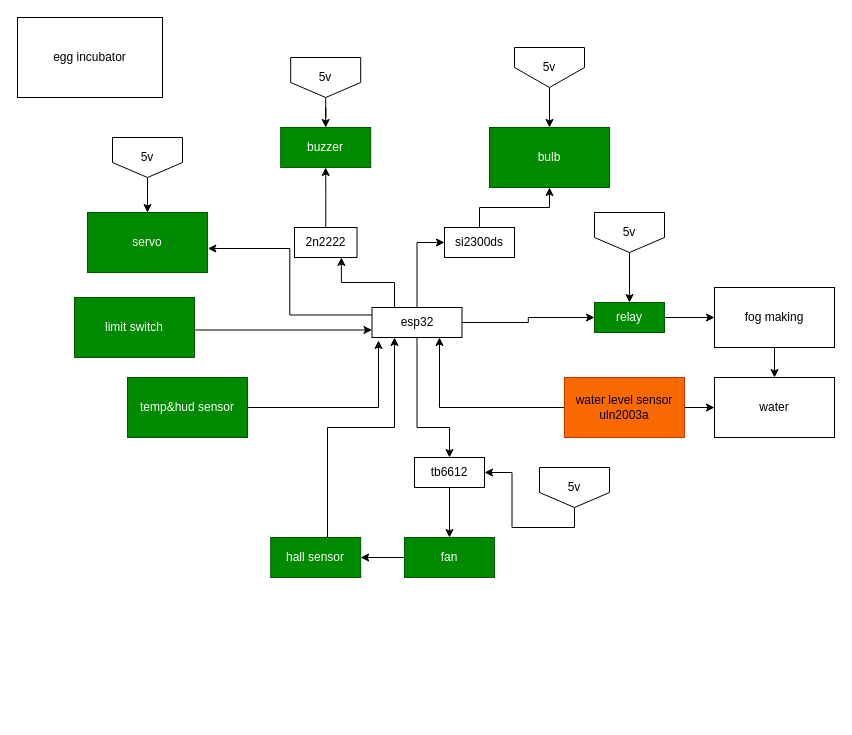
Before: Untitled Diagram.drawio in lqhoang231-creator/egg-incubator, a draw.io diagram. Source tidied: cells renumbered, new cells numbered last; positions are measured from the earlier drawing's top-left corner, leaving out a move shared by most shapes. Both pictures are drawn from the tidied source at 100%, with x=0, y=0 at pixel (17, 17).
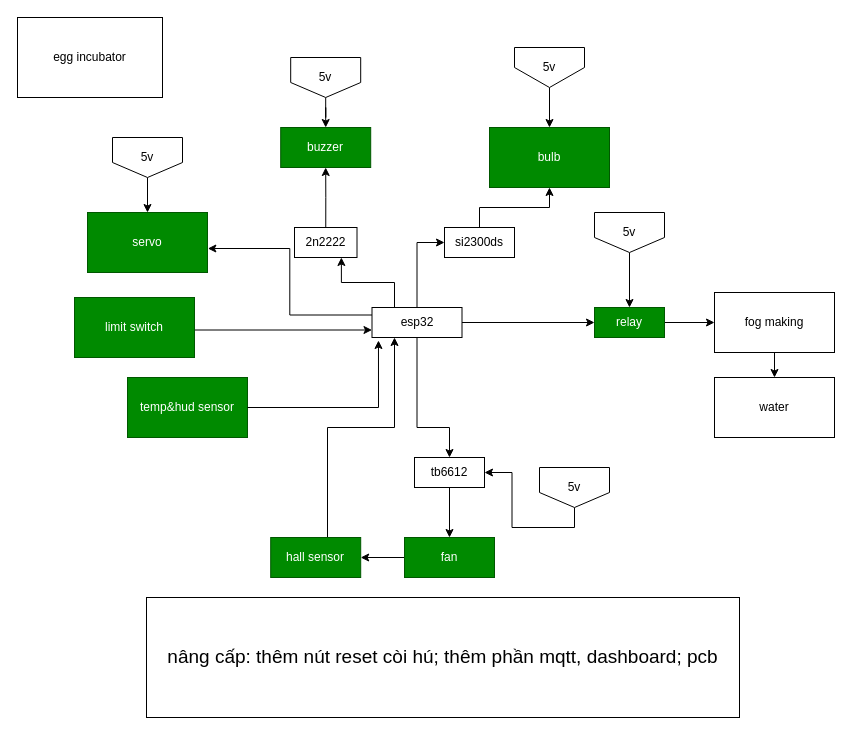
The same diagram, later.

Commit message (it also covers changes not shown here):
add reset function

The change refers to these unchanged cells:
```xml
<mxCell id="6" value="esp32" style="rounded=0;whiteSpace=wrap;html=1;" parent="1" vertex="1">
  <mxGeometry x="354.5" y="290" width="90" height="30" as="geometry" />
</mxCell>
<mxCell id="19" value="water" style="rounded=0;whiteSpace=wrap;html=1;" parent="1" vertex="1">
  <mxGeometry x="697" y="360" width="120" height="60" as="geometry" />
</mxCell>
```

The edit, as a diff of the source:
```diff
@@
     <mxCell id="12" value="fog making" style="rounded=0;whiteSpace=wrap;html=1;" parent="1" vertex="1">
-      <mxGeometry x="697" y="270" width="120" height="60" as="geometry" />
+      <mxGeometry x="697" y="275" width="120" height="60" as="geometry" />
     </mxCell>
@@
-    <mxCell id="16" style="edgeStyle=orthogonalEdgeStyle;rounded=0;jettySize=auto;html=1;" parent="1" edge="1" source="18" target="19">
-      <mxGeometry relative="1" as="geometry" />
-    </mxCell>
-    <mxCell id="17" style="edgeStyle=orthogonalEdgeStyle;rounded=0;jettySize=auto;html=1;exitX=0;exitY=0.5;exitDx=0;exitDy=0;entryX=0.75;entryY=1;entryDx=0;entryDy=0;" parent="1" edge="1" source="18" target="6">
-      <mxGeometry relative="1" as="geometry" />
-    </mxCell>
-    <mxCell id="18" value="water level sensor&lt;div&gt;uln2003a&lt;/div&gt;" style="rounded=0;whiteSpace=wrap;html=1;fillColor=#fa6800;fontColor=#000000;strokeColor=#C73500;" parent="1" vertex="1">
-      <mxGeometry x="547" y="360" width="120" height="60" as="geometry" />
-    </mxCell>
@@
     <mxCell id="31" value="relay" style="rounded=0;whiteSpace=wrap;html=1;fillColor=#008a00;fontColor=#ffffff;strokeColor=#005700;" parent="1" vertex="1">
-      <mxGeometry x="577" y="285" width="70" height="30" as="geometry" />
+      <mxGeometry x="577" y="290" width="70" height="30" as="geometry" />
     </mxCell>
@@
+    <mxCell id="44" value="&lt;font style=&quot;font-size: 19px;&quot;&gt;nâng cấp: thêm nút reset còi hú; thêm phần mqtt, dashboard; pcb&lt;/font&gt;" style="rounded=0;whiteSpace=wrap;html=1;" parent="1" vertex="1">
+      <mxGeometry x="129" y="580" width="593" height="120" as="geometry" />
+    </mxCell>
```
